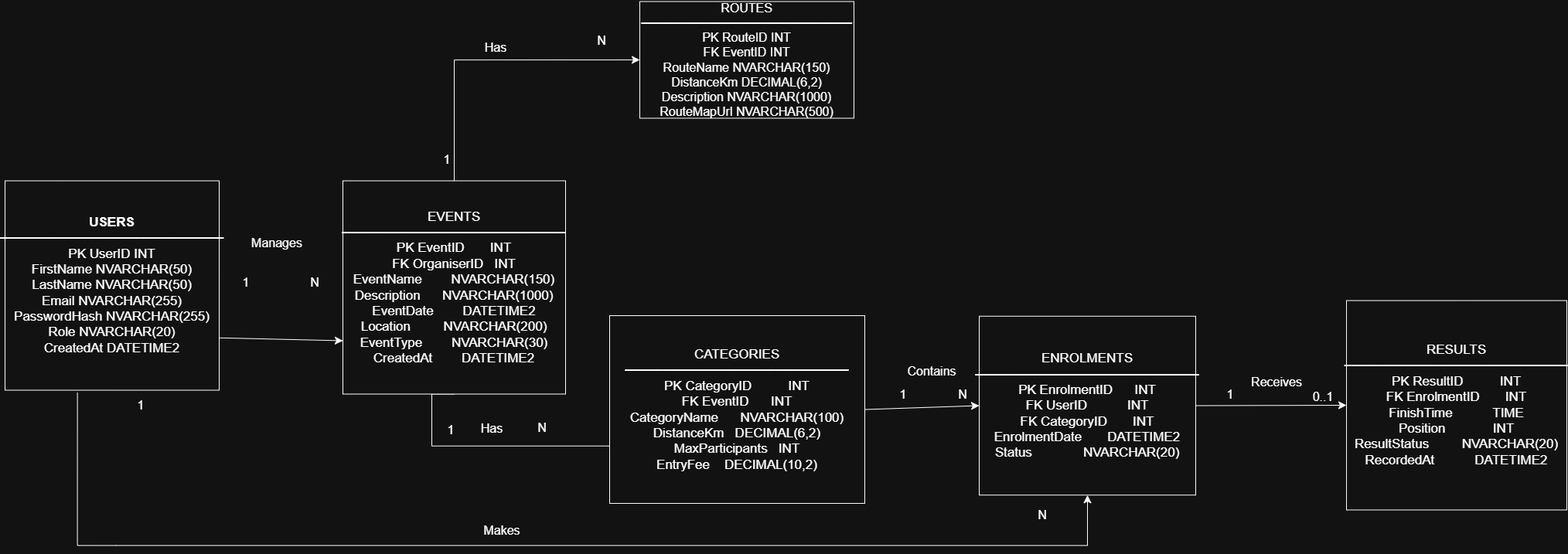
Earlier version of the draw.io export docs/RaceDay_ERD.png (SizileChriston/RaceDay). Source tidied: cells renumbered, new cells last; positions are measured from the earlier drawing's top-left corner, leaving out a move shared by most shapes.
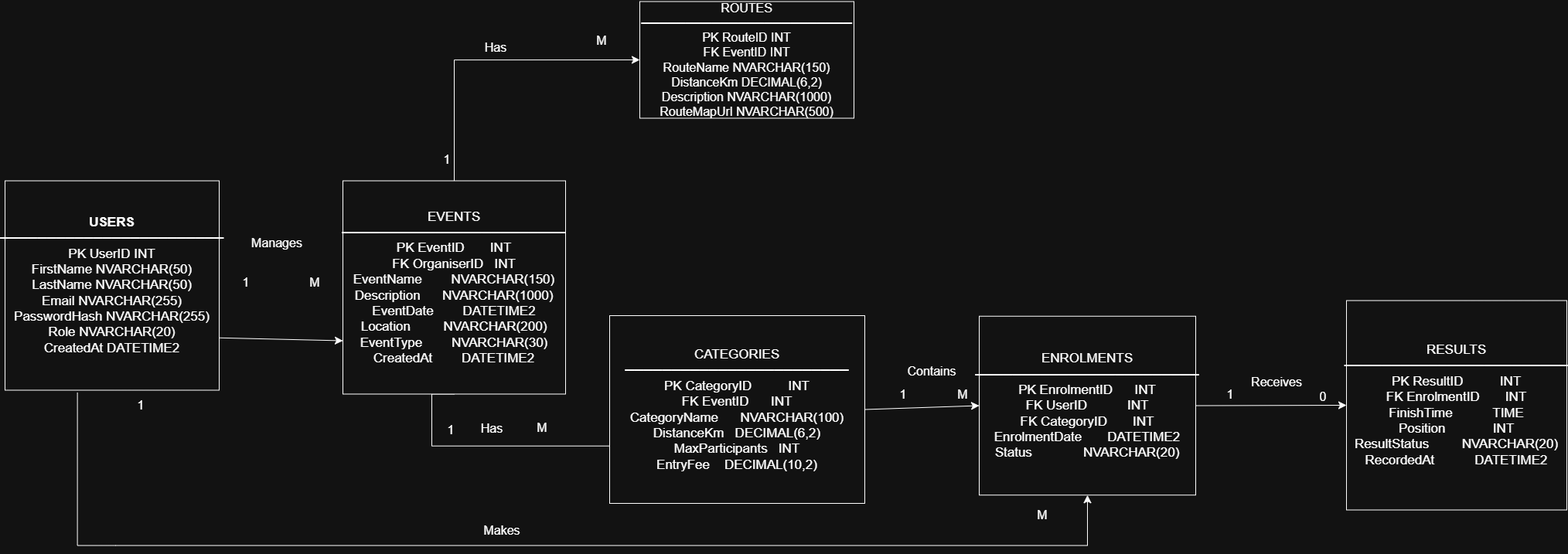
The same file after the commit.

Change to the diagram source:
```diff
@@ -48,10 +48,10 @@
     <mxCell id="13" value="1" style="text;html=1;whiteSpace=wrap;strokeColor=none;fillColor=none;align=center;verticalAlign=middle;rounded=0;fontSize=16;" parent="1" vertex="1">
       <mxGeometry x="282" y="349" width="60" height="30" as="geometry" />
     </mxCell>
-    <mxCell id="14" value="N" style="text;html=1;whiteSpace=wrap;strokeColor=none;fillColor=none;align=center;verticalAlign=middle;rounded=0;fontSize=16;" parent="1" vertex="1">
+    <mxCell id="14" value="M" style="text;html=1;whiteSpace=wrap;strokeColor=none;fillColor=none;align=center;verticalAlign=middle;rounded=0;fontSize=16;" parent="1" vertex="1">
       <mxGeometry x="371" y="349" width="60" height="30" as="geometry" />
     </mxCell>
-    <mxCell id="15" value="N" style="text;html=1;whiteSpace=wrap;strokeColor=none;fillColor=none;align=center;verticalAlign=middle;rounded=0;fontSize=16;" parent="1" vertex="1">
+    <mxCell id="15" value="M" style="text;html=1;whiteSpace=wrap;strokeColor=none;fillColor=none;align=center;verticalAlign=middle;rounded=0;fontSize=16;" parent="1" vertex="1">
       <mxGeometry x="742" y="36" width="60" height="30" as="geometry" />
     </mxCell>
     <mxCell id="16" value="1" style="text;html=1;whiteSpace=wrap;strokeColor=none;fillColor=none;align=center;verticalAlign=middle;rounded=0;fontSize=16;" parent="1" vertex="1">
@@ -63,7 +63,7 @@
     <mxCell id="18" value="Manages" style="text;html=1;whiteSpace=wrap;strokeColor=none;fillColor=none;align=center;verticalAlign=middle;rounded=0;fontSize=16;" parent="1" vertex="1">
       <mxGeometry x="322.2" y="297.7" width="60" height="30" as="geometry" />
     </mxCell>
-    <mxCell id="19" value="N" style="text;html=1;whiteSpace=wrap;strokeColor=none;fillColor=none;align=center;verticalAlign=middle;rounded=0;fontSize=16;" parent="1" vertex="1">
+    <mxCell id="19" value="M" style="text;html=1;whiteSpace=wrap;strokeColor=none;fillColor=none;align=center;verticalAlign=middle;rounded=0;fontSize=16;" parent="1" vertex="1">
       <mxGeometry x="665" y="537" width="60" height="30" as="geometry" />
     </mxCell>
     <mxCell id="20" value="Has" style="text;html=1;whiteSpace=wrap;strokeColor=none;fillColor=none;align=center;verticalAlign=middle;rounded=0;fontSize=16;" parent="1" vertex="1">
@@ -75,7 +75,7 @@
     <mxCell id="22" value="1" style="text;html=1;whiteSpace=wrap;strokeColor=none;fillColor=none;align=center;verticalAlign=middle;rounded=0;fontSize=16;" parent="1" vertex="1">
       <mxGeometry x="146" y="508" width="60" height="30" as="geometry" />
     </mxCell>
-    <mxCell id="23" value="N" style="text;html=1;whiteSpace=wrap;strokeColor=none;fillColor=none;align=center;verticalAlign=middle;rounded=0;fontSize=16;" parent="1" vertex="1">
+    <mxCell id="23" value="M" style="text;html=1;whiteSpace=wrap;strokeColor=none;fillColor=none;align=center;verticalAlign=middle;rounded=0;fontSize=16;" parent="1" vertex="1">
       <mxGeometry x="1312" y="649.5" width="60" height="30" as="geometry" />
     </mxCell>
     <mxCell id="24" value="Makes" style="text;html=1;whiteSpace=wrap;strokeColor=none;fillColor=none;align=center;verticalAlign=middle;rounded=0;fontSize=16;" parent="1" vertex="1">
@@ -84,7 +84,7 @@
     <mxCell id="25" value="1" style="text;html=1;whiteSpace=wrap;strokeColor=none;fillColor=none;align=center;verticalAlign=middle;rounded=0;fontSize=16;" parent="1" vertex="1">
       <mxGeometry x="1132" y="493.5" width="60" height="30" as="geometry" />
     </mxCell>
-    <mxCell id="26" value="N" style="text;html=1;whiteSpace=wrap;strokeColor=none;fillColor=none;align=center;verticalAlign=middle;rounded=0;fontSize=16;" parent="1" vertex="1">
+    <mxCell id="26" value="M" style="text;html=1;whiteSpace=wrap;strokeColor=none;fillColor=none;align=center;verticalAlign=middle;rounded=0;fontSize=16;" parent="1" vertex="1">
       <mxGeometry x="1208.6" y="493.5" width="60" height="30" as="geometry" />
     </mxCell>
     <mxCell id="27" value="Contains" style="text;html=1;whiteSpace=wrap;strokeColor=none;fillColor=none;align=center;verticalAlign=middle;rounded=0;fontSize=16;" parent="1" vertex="1">
@@ -96,7 +96,7 @@
     <mxCell id="29" value="1" style="text;html=1;whiteSpace=wrap;strokeColor=none;fillColor=none;align=center;verticalAlign=middle;rounded=0;fontSize=16;" parent="1" vertex="1">
       <mxGeometry x="1555" y="493.5" width="60" height="30" as="geometry" />
     </mxCell>
-    <mxCell id="30" value="0..1" style="text;html=1;whiteSpace=wrap;strokeColor=none;fillColor=none;align=center;verticalAlign=middle;rounded=0;fontSize=16;" parent="1" vertex="1">
+    <mxCell id="30" value="0" style="text;html=1;whiteSpace=wrap;strokeColor=none;fillColor=none;align=center;verticalAlign=middle;rounded=0;fontSize=16;" parent="1" vertex="1">
       <mxGeometry x="1675" y="496" width="60" height="30" as="geometry" />
     </mxCell>
     <mxCell id="31" value="Receives" style="text;html=1;whiteSpace=wrap;strokeColor=none;fillColor=none;align=center;verticalAlign=middle;rounded=0;fontSize=16;" parent="1" vertex="1">
```
